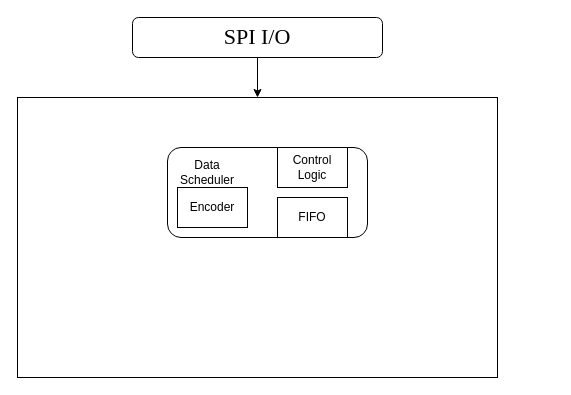
YouAreThere/SpikingNeuralNetwork keeps this draw.io diagram as srnn.drawio. Above is the earlier version. Source tidied: cells renumbered, new cells numbered last; positions are measured from the earlier drawing's top-left corner, leaving out a move shared by most shapes. Both pictures are drawn from the tidied source at 100%, with x=0, y=0 at pixel (17, 17).
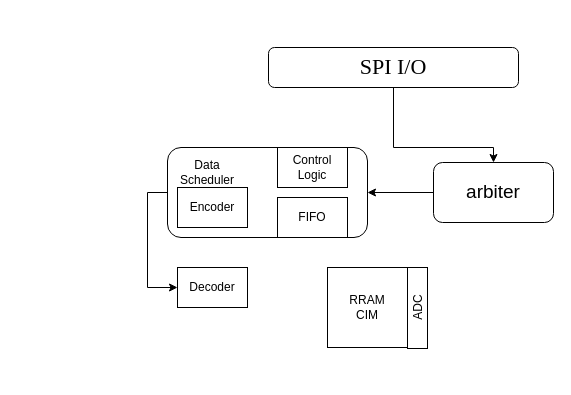
The same page after the edit.

What changed in the source:
```diff
@@
 <mxGraphModel>
   <root>
     <mxCell id="0" />
     <mxCell id="1" parent="0" />
-    <mxCell id="2" style="edgeStyle=orthogonalEdgeStyle;rounded=0;jettySize=auto;html=1;exitX=0.5;exitY=1;exitDx=0;exitDy=0;entryX=0.5;entryY=0;entryDx=0;entryDy=0;" parent="1" edge="1" source="3" target="4">
-      <mxGeometry relative="1" as="geometry" />
-    </mxCell>
     <mxCell id="3" value="&lt;font face=&quot;Times New Roman&quot; style=&quot;font-size: 22px;&quot;&gt;SPI I/O&lt;/font&gt;" style="rounded=1;whiteSpace=wrap;html=1;" parent="1" vertex="1">
-      <mxGeometry x="115" width="250" height="40" as="geometry" />
+      <mxGeometry x="251" y="30" width="250" height="40" as="geometry" />
     </mxCell>
-    <mxCell id="4" style="rounded=0;whiteSpace=wrap;html=1;" parent="1" vertex="1">
-      <mxGeometry y="80" width="480" height="280" as="geometry" />
-    </mxCell>
+    <mxCell id="10" style="edgeStyle=orthogonalEdgeStyle;rounded=0;jettySize=auto;html=1;exitX=0.5;exitY=1;exitDx=0;exitDy=0;entryX=0.5;entryY=0;entryDx=0;entryDy=0;" parent="1" edge="1" source="3" target="13">
+      <mxGeometry relative="1" as="geometry">
+        <Array as="points">
+          <mxPoint x="376" y="130" />
+          <mxPoint x="476" y="130" />
+        </Array>
+      </mxGeometry>
+    </mxCell>
+    <mxCell id="11" style="edgeStyle=orthogonalEdgeStyle;rounded=0;jettySize=auto;html=1;exitX=0;exitY=0.5;exitDx=0;exitDy=0;entryX=0;entryY=0.5;entryDx=0;entryDy=0;" parent="1" edge="1" source="5" target="14">
+      <mxGeometry relative="1" as="geometry" />
+    </mxCell>
     <mxCell id="5" style="rounded=1;whiteSpace=wrap;html=1;" parent="1" vertex="1">
       <mxGeometry x="150" y="130" width="200" height="90" as="geometry" />
     </mxCell>
     <mxCell id="6" value="Data Scheduler" style="text;html=1;align=center;verticalAlign=middle;whiteSpace=wrap;rounded=0;" parent="1" vertex="1">
       <mxGeometry x="160" y="140" width="60" height="30" as="geometry" />
     </mxCell>
     <mxCell id="7" value="FIFO" style="rounded=0;whiteSpace=wrap;html=1;" parent="1" vertex="1">
       <mxGeometry x="260" y="180" width="70" height="40" as="geometry" />
     </mxCell>
     <mxCell id="8" value="Encoder" style="rounded=0;whiteSpace=wrap;html=1;" parent="1" vertex="1">
       <mxGeometry x="160" y="170" width="70" height="40" as="geometry" />
     </mxCell>
     <mxCell id="9" value="Control Logic" style="rounded=0;whiteSpace=wrap;html=1;" parent="1" vertex="1">
       <mxGeometry x="260" y="130" width="70" height="40" as="geometry" />
     </mxCell>
+    <mxCell id="12" style="edgeStyle=orthogonalEdgeStyle;rounded=0;jettySize=auto;html=1;exitX=0;exitY=0.5;exitDx=0;exitDy=0;entryX=1;entryY=0.5;entryDx=0;entryDy=0;" parent="1" edge="1" source="13" target="5">
+      <mxGeometry relative="1" as="geometry" />
+    </mxCell>
+    <mxCell id="13" value="&lt;font style=&quot;font-size: 19px;&quot;&gt;arbiter&lt;/font&gt;" style="rounded=1;whiteSpace=wrap;html=1;" parent="1" vertex="1">
+      <mxGeometry x="416" y="145" width="120" height="60" as="geometry" />
+    </mxCell>
+    <mxCell id="14" value="Decoder" style="rounded=0;whiteSpace=wrap;html=1;" parent="1" vertex="1">
+      <mxGeometry x="160" y="250" width="70" height="40" as="geometry" />
+    </mxCell>
+    <mxCell id="15" value="RRAM&lt;div&gt;CIM&lt;/div&gt;" style="whiteSpace=wrap;html=1;" parent="1" vertex="1">
+      <mxGeometry x="310" y="250" width="80" height="80" as="geometry" />
+    </mxCell>
+    <mxCell id="16" value="ADC" style="rounded=0;whiteSpace=wrap;html=1;rotation=-90;" parent="1" vertex="1">
+      <mxGeometry x="359.5" y="280.5" width="81" height="20" as="geometry" />
+    </mxCell>
   </root>
 </mxGraphModel>
```
